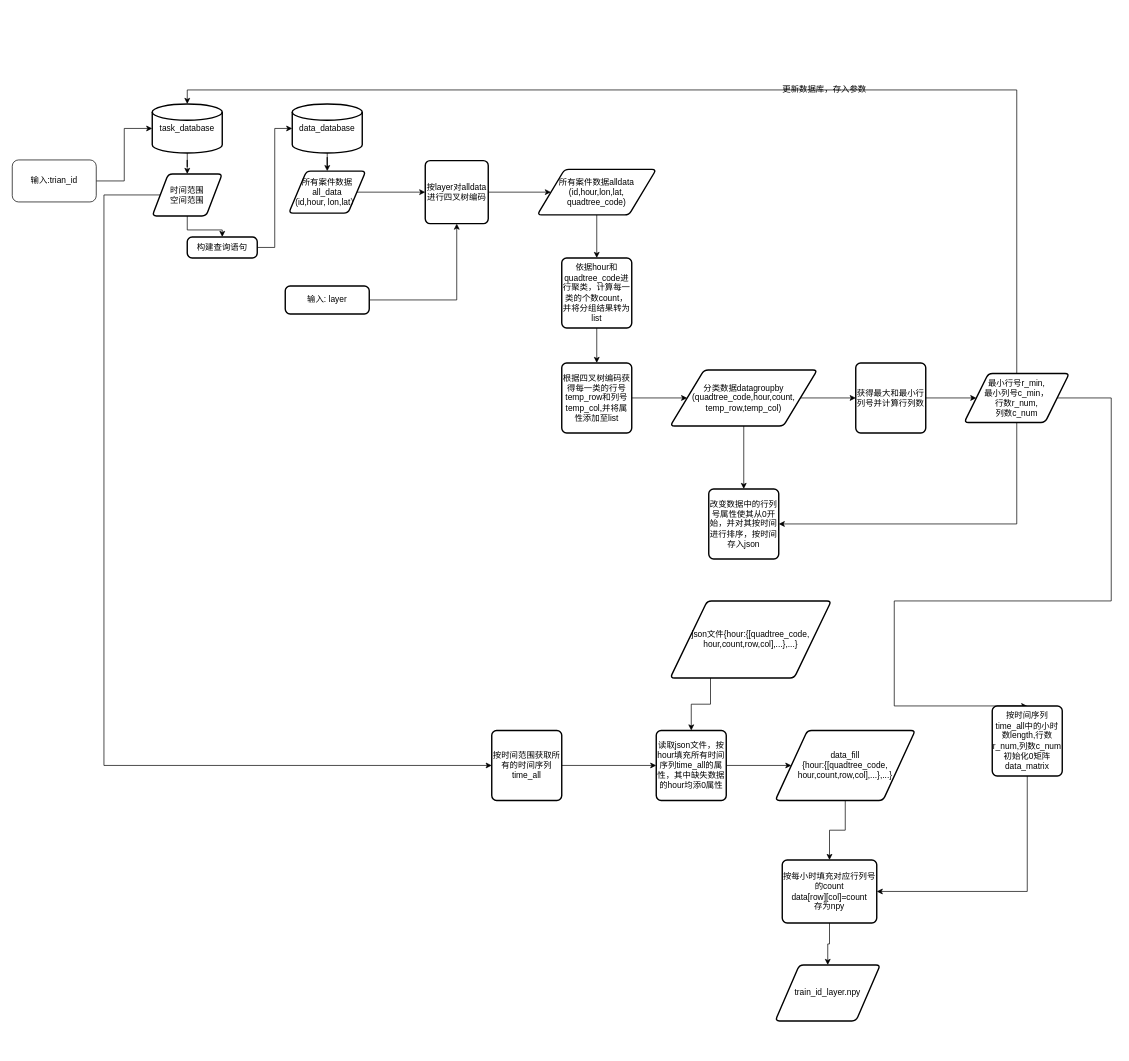
This is Untitled Diagram.drawio from 798982876/ST_ResNet, a draw.io file, before an edit. Source tidied: cells renumbered, new cells numbered last; positions are measured from the earlier drawing's top-left corner, leaving out a move shared by most shapes. Both pictures are drawn from the tidied source at 70%, with x=0, y=0 at pixel (12, 83).
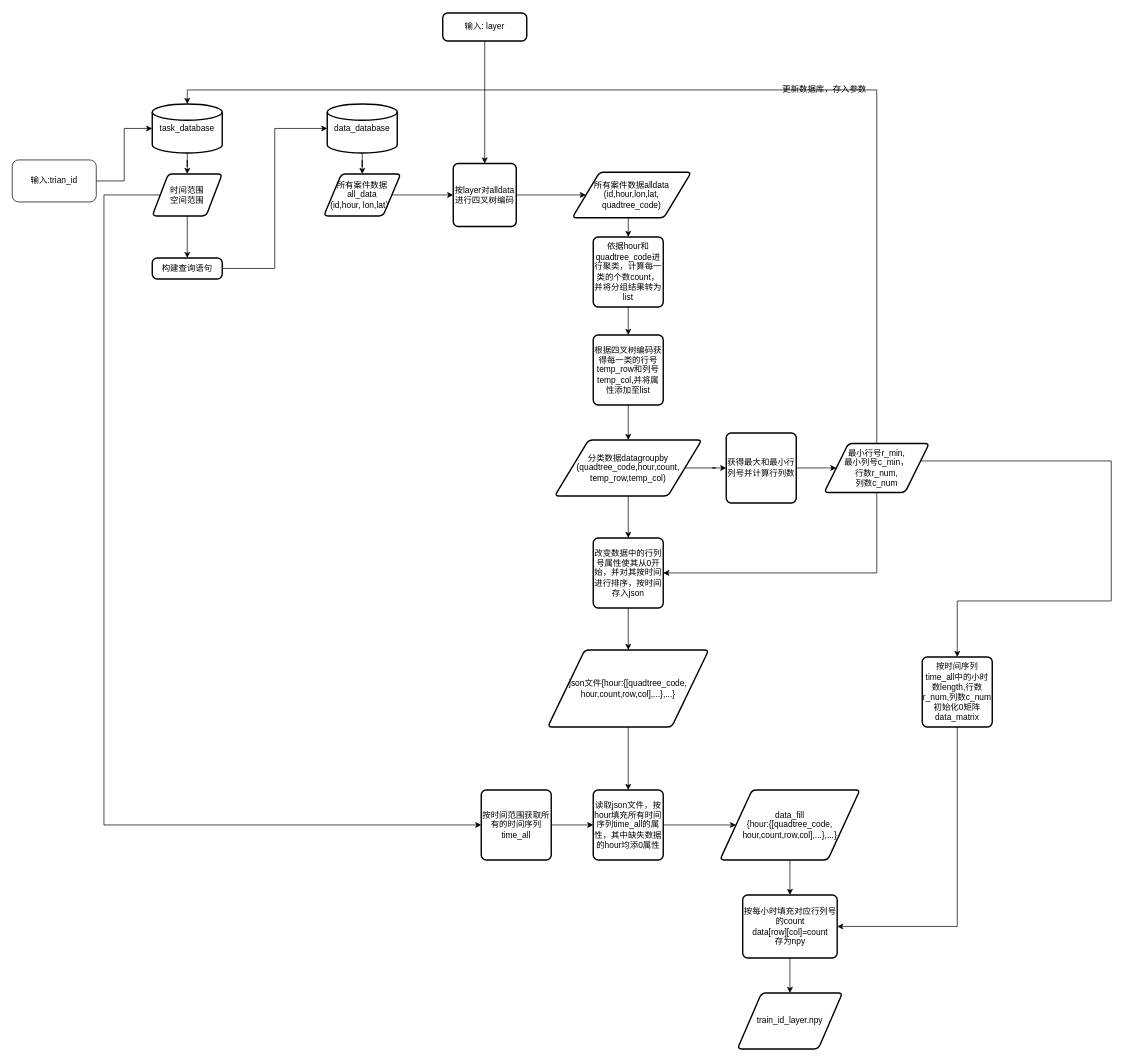
The same page after the edit.

The change refers to these unchanged cells:
```xml
<mxCell id="5" value="task_database&lt;br&gt;" style="strokeWidth=2;html=1;shape=mxgraph.flowchart.database;whiteSpace=wrap;" parent="1" vertex="1">
  <mxGeometry x="200" y="30" width="100" height="70" as="geometry" />
</mxCell>
<mxCell id="10" value="时间范围&lt;br&gt;空间范围" style="shape=parallelogram;html=1;strokeWidth=2;perimeter=parallelogramPerimeter;whiteSpace=wrap;rounded=1;arcSize=12;size=0.23;" parent="1" vertex="1">
  <mxGeometry x="200" y="130" width="100" height="60" as="geometry" />
</mxCell>
```

Change to the diagram source:
```diff
@@
     <mxCell id="7" value="data_database" style="strokeWidth=2;html=1;shape=mxgraph.flowchart.database;whiteSpace=wrap;" parent="1" vertex="1">
-      <mxGeometry x="400" y="30" width="100" height="70" as="geometry" />
+      <mxGeometry x="450" y="30" width="100" height="70" as="geometry" />
     </mxCell>
@@
     <mxCell id="9" style="edgeStyle=orthogonalEdgeStyle;rounded=0;jettySize=auto;html=1;entryX=0;entryY=0.5;entryDx=0;entryDy=0;" parent="1" edge="1" source="10" target="39">
       <mxGeometry relative="1" as="geometry">
         <Array as="points">
           <mxPoint x="131" y="160" />
-          <mxPoint x="131" y="975" />
+          <mxPoint x="131" y="1060" />
         </Array>
       </mxGeometry>
     </mxCell>
@@
     <mxCell id="12" value="构建查询语句" style="rounded=1;whiteSpace=wrap;html=1;absoluteArcSize=1;arcSize=14;strokeWidth=2;" parent="1" vertex="1">
-      <mxGeometry x="250" y="220" width="100" height="30" as="geometry" />
+      <mxGeometry x="200" y="250" width="100" height="30" as="geometry" />
     </mxCell>
@@
     <mxCell id="14" value="所有案件数据all_data&lt;br&gt;(id,hour, lon,lat）" style="shape=parallelogram;html=1;strokeWidth=2;perimeter=parallelogramPerimeter;whiteSpace=wrap;rounded=1;arcSize=12;size=0.23;" parent="1" vertex="1">
-      <mxGeometry x="395" y="126" width="110" height="60" as="geometry" />
+      <mxGeometry x="445" y="130" width="110" height="60" as="geometry" />
     </mxCell>
-    <mxCell id="15" style="edgeStyle=orthogonalEdgeStyle;rounded=0;jettySize=auto;html=1;entryX=0.5;entryY=1;entryDx=0;entryDy=0;" parent="1" edge="1" source="16" target="18">
+    <mxCell id="15" style="edgeStyle=orthogonalEdgeStyle;rounded=0;jettySize=auto;html=1;entryX=0.5;entryY=0;entryDx=0;entryDy=0;" parent="1" edge="1" source="16" target="18">
       <mxGeometry relative="1" as="geometry" />
     </mxCell>
     <mxCell id="16" value="输入: layer" style="rounded=1;whiteSpace=wrap;html=1;absoluteArcSize=1;arcSize=14;strokeWidth=2;" parent="1" vertex="1">
-      <mxGeometry x="390" y="290" width="120" height="40" as="geometry" />
+      <mxGeometry x="615" y="-100" width="120" height="40" as="geometry" />
     </mxCell>
@@
     <mxCell id="18" value="按layer对alldata进行四叉树编码&lt;br&gt;" style="rounded=1;whiteSpace=wrap;html=1;absoluteArcSize=1;arcSize=14;strokeWidth=2;" parent="1" vertex="1">
-      <mxGeometry x="590" y="111" width="90" height="90" as="geometry" />
+      <mxGeometry x="630" y="115" width="90" height="90" as="geometry" />
     </mxCell>
@@
     <mxCell id="20" value="所有案件数据alldata&lt;br&gt;(id,hour,lon,lat,&lt;br&gt;quadtree_code)" style="shape=parallelogram;html=1;strokeWidth=2;perimeter=parallelogramPerimeter;whiteSpace=wrap;rounded=1;arcSize=12;size=0.23;" parent="1" vertex="1">
-      <mxGeometry x="750" y="123.5" width="170" height="65" as="geometry" />
+      <mxGeometry x="800" y="127.5" width="170" height="65" as="geometry" />
     </mxCell>
@@
     <mxCell id="22" value="依据hour和quadtree_code进行聚类，计算每一类的个数count，并将分组结果转为list" style="rounded=1;whiteSpace=wrap;html=1;absoluteArcSize=1;arcSize=14;strokeWidth=2;" parent="1" vertex="1">
-      <mxGeometry x="785" y="250" width="100" height="100" as="geometry" />
+      <mxGeometry x="830" y="220" width="100" height="100" as="geometry" />
     </mxCell>
-    <mxCell id="23" style="edgeStyle=orthogonalEdgeStyle;rounded=0;jettySize=auto;html=1;exitX=1;exitY=0.5;exitDx=0;exitDy=0;" parent="1" edge="1" source="24" target="27">
+    <mxCell id="23" style="edgeStyle=orthogonalEdgeStyle;rounded=0;jettySize=auto;html=1;exitX=0.5;exitY=1;exitDx=0;exitDy=0;" parent="1" edge="1" source="24" target="27">
       <mxGeometry relative="1" as="geometry" />
     </mxCell>
     <mxCell id="24" value="根据四叉树编码获得每一类的行号temp_row和列号temp_col,并将属性添加至list" style="rounded=1;whiteSpace=wrap;html=1;absoluteArcSize=1;arcSize=14;strokeWidth=2;" parent="1" vertex="1">
-      <mxGeometry x="785" y="400" width="100" height="100" as="geometry" />
+      <mxGeometry x="830" y="360" width="100" height="100" as="geometry" />
     </mxCell>
@@
     <mxCell id="27" value="分类数据datagroupby&lt;br&gt;(quadtree_code,hour,count,&lt;br&gt;temp_row,temp_col)" style="shape=parallelogram;html=1;strokeWidth=2;perimeter=parallelogramPerimeter;whiteSpace=wrap;rounded=1;arcSize=12;size=0.23;" parent="1" vertex="1">
-      <mxGeometry x="940" y="410" width="210" height="80" as="geometry" />
+      <mxGeometry x="775" y="510" width="210" height="80" as="geometry" />
     </mxCell>
-    <mxCell id="28" style="edgeStyle=orthogonalEdgeStyle;rounded=0;jettySize=auto;html=1;exitX=1;exitY=0.5;exitDx=0;exitDy=0;" parent="1" edge="1" source="29" target="33">
+    <mxCell id="28" style="edgeStyle=orthogonalEdgeStyle;rounded=0;jettySize=auto;html=1;exitX=1;exitY=0.5;exitDx=0;exitDy=0;entryX=0;entryY=0.5;entryDx=0;entryDy=0;" parent="1" edge="1" source="29" target="33">
       <mxGeometry relative="1" as="geometry" />
     </mxCell>
     <mxCell id="29" value="获得最大和最小行列号并计算行列数" style="rounded=1;whiteSpace=wrap;html=1;absoluteArcSize=1;arcSize=14;strokeWidth=2;" parent="1" vertex="1">
-      <mxGeometry x="1205" y="400" width="100" height="100" as="geometry" />
+      <mxGeometry x="1020" y="500" width="100" height="100" as="geometry" />
     </mxCell>
     <mxCell id="30" style="edgeStyle=orthogonalEdgeStyle;rounded=0;jettySize=auto;html=1;entryX=0.5;entryY=0;entryDx=0;entryDy=0;entryPerimeter=0;exitX=0.5;exitY=0;exitDx=0;exitDy=0;" parent="1" edge="1" source="33" target="5">
       <mxGeometry relative="1" as="geometry">
         <Array as="points">
-          <mxPoint x="1435" y="10" />
+          <mxPoint x="1235" y="10" />
           <mxPoint x="250" y="10" />
         </Array>
       </mxGeometry>
     </mxCell>
@@
-    <mxCell id="32" style="edgeStyle=orthogonalEdgeStyle;rounded=0;jettySize=auto;html=1;exitX=1;exitY=0.5;exitDx=0;exitDy=0;entryX=0.5;entryY=0;entryDx=0;entryDy=0;" parent="1" edge="1" source="33" target="43">
+    <mxCell id="32" style="edgeStyle=orthogonalEdgeStyle;rounded=0;jettySize=auto;html=1;entryX=0.5;entryY=0;entryDx=0;entryDy=0;" parent="1" edge="1" target="43">
       <mxGeometry relative="1" as="geometry">
+        <mxPoint x="1293" y="550" as="sourcePoint" />
         <Array as="points">
-          <mxPoint x="1570" y="450" />
+          <mxPoint x="1293" y="540" />
+          <mxPoint x="1570" y="540" />
           <mxPoint x="1570" y="740" />
-          <mxPoint x="1260" y="740" />
+          <mxPoint x="1350" y="740" />
         </Array>
       </mxGeometry>
     </mxCell>
     <mxCell id="33" value="最小行号r_min,&lt;br&gt;最小列号c_min，&lt;br&gt;行数r_num,&lt;br&gt;列数c_num" style="shape=parallelogram;html=1;strokeWidth=2;perimeter=parallelogramPerimeter;whiteSpace=wrap;rounded=1;arcSize=12;size=0.23;" parent="1" vertex="1">
-      <mxGeometry x="1360" y="415" width="150" height="70" as="geometry" />
+      <mxGeometry x="1160" y="515" width="150" height="70" as="geometry" />
     </mxCell>
@@
+    <mxCell id="49" style="edgeStyle=orthogonalEdgeStyle;rounded=0;jettySize=auto;html=1;exitX=0.5;exitY=1;exitDx=0;exitDy=0;entryX=0.5;entryY=0;entryDx=0;entryDy=0;" parent="1" edge="1" source="35" target="37">
+      <mxGeometry relative="1" as="geometry" />
+    </mxCell>
     <mxCell id="35" value="改变数据中的行列号属性使其从0开始，并对其按时间进行排序，按时间存入json" style="rounded=1;whiteSpace=wrap;html=1;absoluteArcSize=1;arcSize=14;strokeWidth=2;" parent="1" vertex="1">
-      <mxGeometry x="995" y="580" width="100" height="100" as="geometry" />
+      <mxGeometry x="830" y="650" width="100" height="100" as="geometry" />
     </mxCell>
-    <mxCell id="36" style="edgeStyle=orthogonalEdgeStyle;rounded=0;jettySize=auto;html=1;exitX=0.25;exitY=1;exitDx=0;exitDy=0;entryX=0.5;entryY=0;entryDx=0;entryDy=0;" parent="1" edge="1" source="37" target="41">
+    <mxCell id="36" style="edgeStyle=orthogonalEdgeStyle;rounded=0;jettySize=auto;html=1;exitX=0.5;exitY=1;exitDx=0;exitDy=0;" parent="1" edge="1" source="37" target="41">
       <mxGeometry relative="1" as="geometry" />
     </mxCell>
     <mxCell id="37" value="json文件{hour:{[quadtree_code,&lt;br&gt;hour,count,row,col],...},...}" style="shape=parallelogram;html=1;strokeWidth=2;perimeter=parallelogramPerimeter;whiteSpace=wrap;rounded=1;arcSize=12;size=0.23;" parent="1" vertex="1">
-      <mxGeometry x="940" y="740" width="230" height="110" as="geometry" />
+      <mxGeometry x="765" y="810" width="230" height="110" as="geometry" />
     </mxCell>
@@
     <mxCell id="39" value="按时间范围获取所有的时间序列time_all" style="rounded=1;whiteSpace=wrap;html=1;absoluteArcSize=1;arcSize=14;strokeWidth=2;" parent="1" vertex="1">
-      <mxGeometry x="685" y="925" width="100" height="100" as="geometry" />
+      <mxGeometry x="670" y="1010" width="100" height="100" as="geometry" />
     </mxCell>
@@
     <mxCell id="41" value="读取json文件，按hour填充所有时间序列time_all的属性，其中缺失数据的hour均添0属性" style="rounded=1;whiteSpace=wrap;html=1;absoluteArcSize=1;arcSize=14;strokeWidth=2;" parent="1" vertex="1">
-      <mxGeometry x="920" y="925" width="100" height="100" as="geometry" />
+      <mxGeometry x="830" y="1010" width="100" height="100" as="geometry" />
     </mxCell>
@@
     <mxCell id="43" value="按时间序列time_all中的小时数length,行数r_num,列数c_num初始化0矩阵 data_matrix" style="rounded=1;whiteSpace=wrap;html=1;absoluteArcSize=1;arcSize=14;strokeWidth=2;" parent="1" vertex="1">
-      <mxGeometry x="1400" y="890" width="100" height="100" as="geometry" />
+      <mxGeometry x="1300" y="820" width="100" height="100" as="geometry" />
     </mxCell>
@@
     <mxCell id="45" value="data_fill&lt;br&gt;{hour:{[quadtree_code,&lt;br&gt;hour,count,row,col],...},...}" style="shape=parallelogram;html=1;strokeWidth=2;perimeter=parallelogramPerimeter;whiteSpace=wrap;rounded=1;arcSize=12;size=0.23;" parent="1" vertex="1">
-      <mxGeometry x="1090" y="925" width="200" height="100" as="geometry" />
+      <mxGeometry x="1011" y="1010" width="200" height="100" as="geometry" />
     </mxCell>
@@
     <mxCell id="47" value="按每小时填充对应行列号的count&lt;br&gt;data[row][col]=count&lt;br&gt;存为npy" style="rounded=1;whiteSpace=wrap;html=1;absoluteArcSize=1;arcSize=14;strokeWidth=2;" parent="1" vertex="1">
-      <mxGeometry x="1100" y="1110" width="135" height="90" as="geometry" />
+      <mxGeometry x="1043.5" y="1160" width="135" height="90" as="geometry" />
     </mxCell>
     <mxCell id="48" value="train_id_layer.npy" style="shape=parallelogram;html=1;strokeWidth=2;perimeter=parallelogramPerimeter;whiteSpace=wrap;rounded=1;arcSize=12;size=0.23;" parent="1" vertex="1">
-      <mxGeometry x="1090" y="1260" width="150" height="80" as="geometry" />
+      <mxGeometry x="1036" y="1300" width="150" height="80" as="geometry" />
     </mxCell>
```
